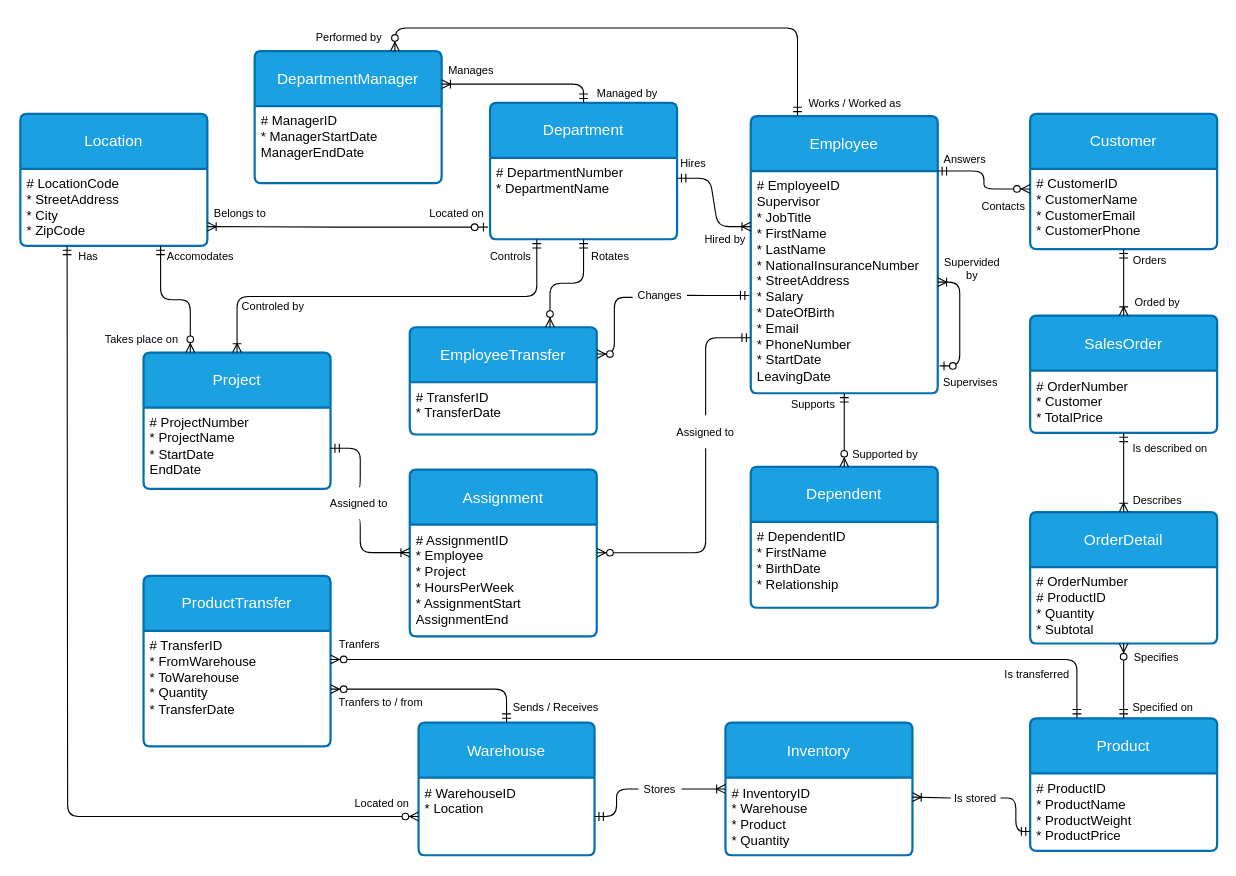
This is diagrams/ERD.drawio from anacletu/company_model_database, a draw.io file, before an edit. Source tidied: cells renumbered, new cells numbered last; positions are measured from the earlier drawing's top-left corner, leaving out a move shared by most shapes. Both pictures are drawn from the tidied source at 110%, with x=0, y=0 at pixel (20, 20).
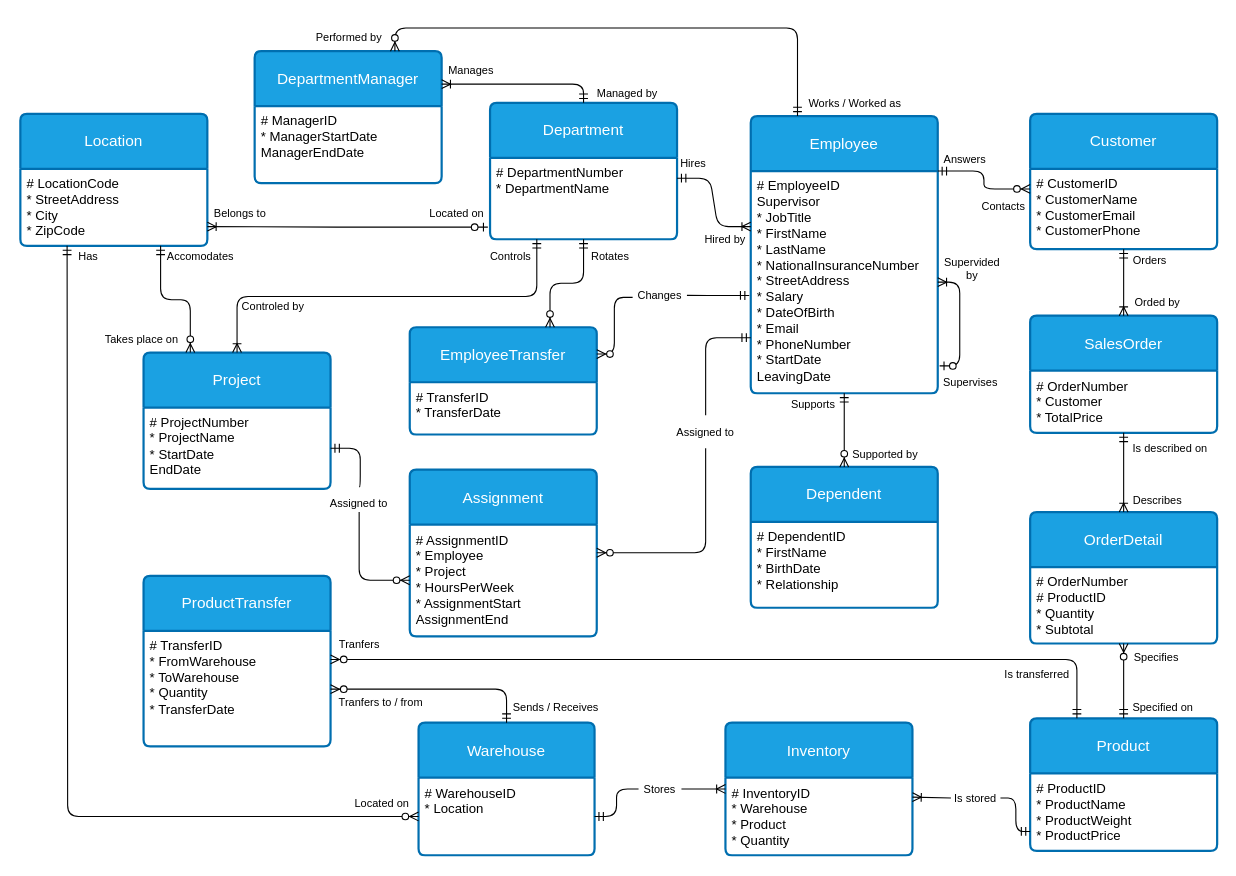
The same diagram, later.

Commit message:
Fixing relationship for assignments

The change refers to these unchanged cells:
```xml
<mxCell id="24" value="&lt;div&gt;# AssignmentID&lt;/div&gt;&lt;div&gt;* Employee&lt;/div&gt;&lt;div&gt;* Project&lt;/div&gt;&lt;div&gt;* HoursPerWeek&lt;/div&gt;&lt;div&gt;* AssignmentStart&lt;/div&gt;&lt;div&gt;AssignmentEnd&lt;/div&gt;" style="align=left;strokeColor=none;fillColor=none;spacingLeft=4;fontSize=12;verticalAlign=top;html=1;" parent="23" vertex="1">
  <mxGeometry y="50" width="170" height="101.5" as="geometry" />
</mxCell>
<mxCell id="48" value="Assigned to" style="text;html=1;align=center;verticalAlign=middle;whiteSpace=wrap;rounded=0;labelBackgroundColor=none;labelBorderColor=none;fontSize=10;" parent="1" vertex="1">
  <mxGeometry x="278" y="424" width="60" height="30" as="geometry" />
</mxCell>
```

Diff of the diagram source:
```diff
@@
-    <mxCell id="44" style="fontSize=12;html=1;endArrow=ERoneToMany;startArrow=none;fontColor=#000000;entryX=0;entryY=0.25;entryDx=0;entryDy=0;exitX=0.5;exitY=1;exitDx=0;exitDy=0;edgeStyle=elbowEdgeStyle;" parent="1" edge="1" source="48" target="24">
-      <mxGeometry relative="1" as="geometry">
-        <Array as="points">
-          <mxPoint x="309" y="450.5" />
-        </Array>
-      </mxGeometry>
-    </mxCell>
@@
+    <mxCell id="94" style="edgeStyle=elbowEdgeStyle;fontSize=12;html=1;endArrow=ERzeroToMany;endFill=1;fontColor=#FFFFFF;elbow=vertical;exitX=0.5;exitY=1;exitDx=0;exitDy=0;entryX=0;entryY=0.5;entryDx=0;entryDy=0;" parent="1" edge="1" target="24">
+      <mxGeometry relative="1" as="geometry">
+        <mxPoint x="308" y="447" as="sourcePoint" />
+        <Array as="points">
+          <mxPoint x="327" y="509" />
+        </Array>
+      </mxGeometry>
+    </mxCell>
```
